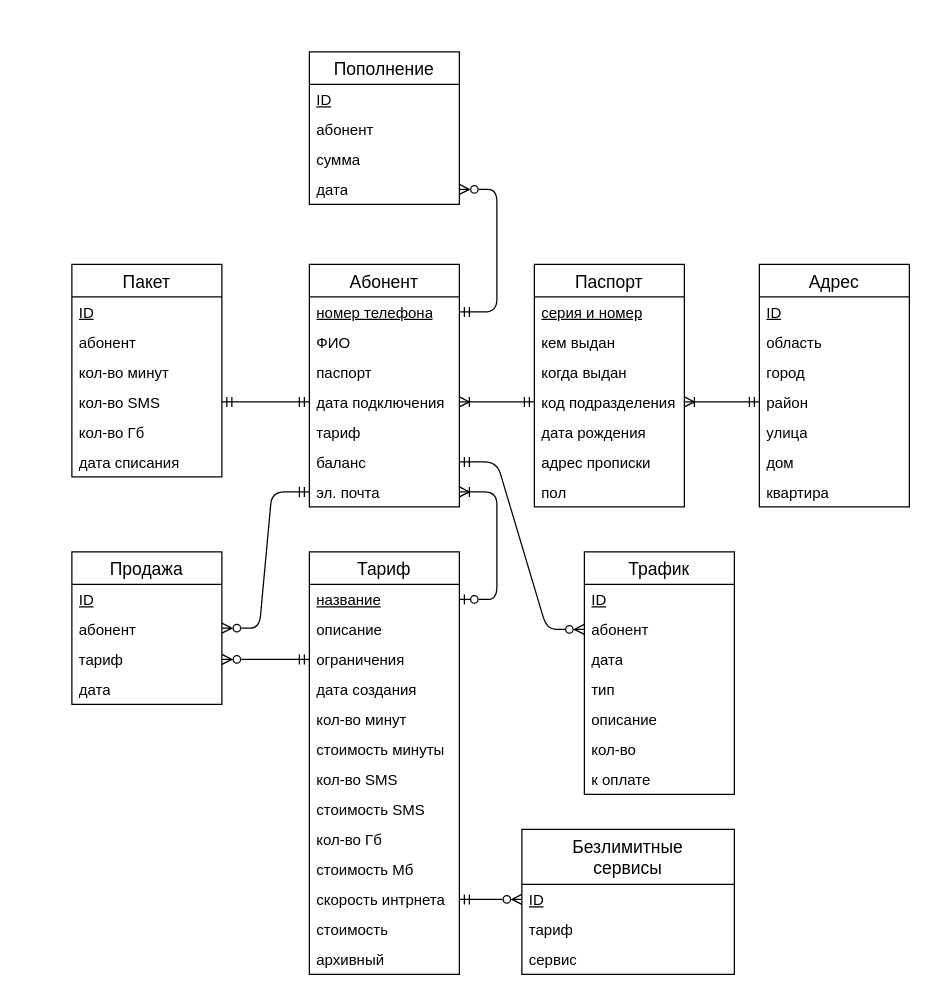
The draw.io diagram infolog.drawio in dmittrj/MobileOperator, before the edit. Source tidied: cells renumbered, new cells numbered last; positions are measured from the earlier drawing's top-left corner, leaving out a move shared by most shapes. Both pictures are drawn from the tidied source at 125%, with x=0, y=0 at pixel (71, 51).
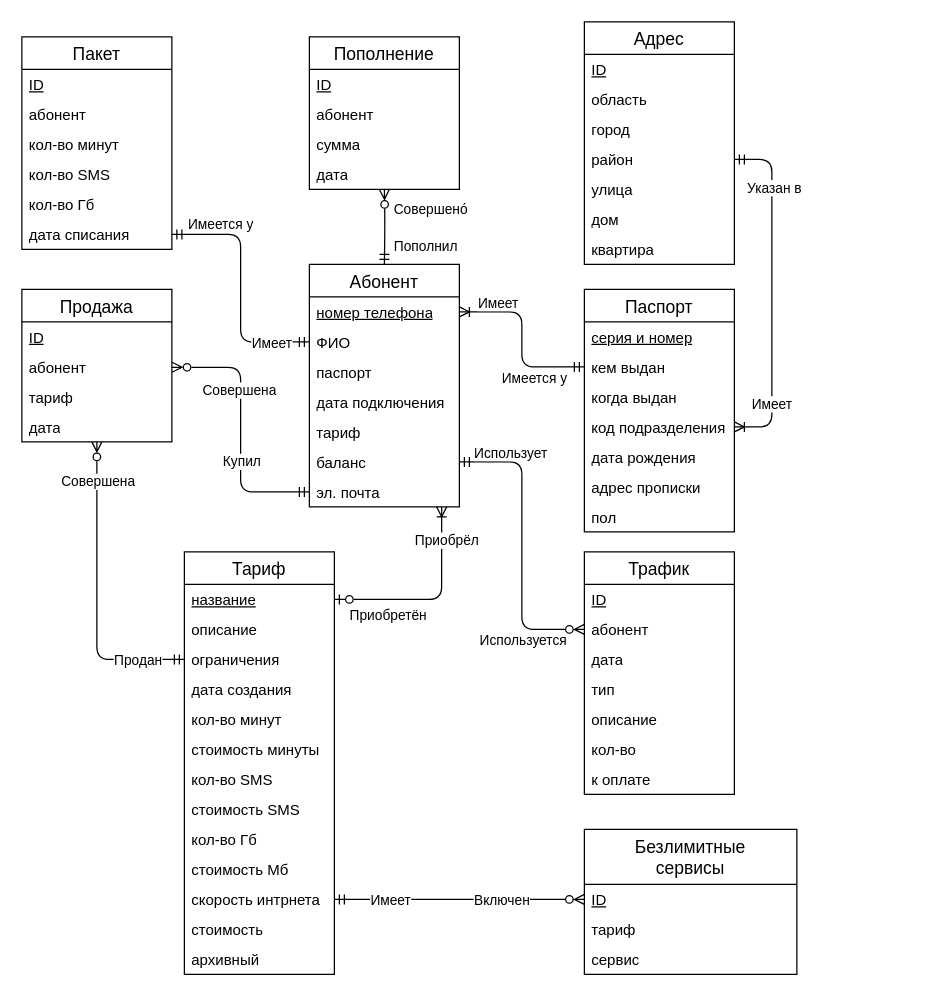
Above is the later version.

The change refers to these unchanged cells:
```xml
<mxCell id="3" value="Абонент" style="swimlane;fontStyle=0;horizontal=1;startSize=26;align=center;fontSize=14;labelBackgroundColor=default;" parent="1" vertex="1">
  <mxGeometry x="190" y="170" width="120" height="194" as="geometry" />
</mxCell>
<mxCell id="4" value="&lt;u&gt;номер телефона&lt;/u&gt;" style="text;strokeColor=none;fillColor=none;spacingLeft=4;spacingTop=-1;spacingBottom=-1;spacingRight=4;overflow=hidden;points=[[0,.5],[1,0.5]];portConstraint=eastwest;fontSize=12;whiteSpace=wrap;html=1;" parent="3" vertex="1">
  <mxGeometry y="26" width="120" height="24" as="geometry" />
</mxCell>
<mxCell id="5" value="ФИО" style="text;strokeColor=none;fillColor=none;spacingLeft=4;spacingTop=-1;spacingBottom=-3;spacingRight=4;overflow=hidden;points=[[0,.5],[1,0.5]];portConstraint=eastwest;fontSize=12;whiteSpace=wrap;html=1;" parent="3" vertex="1">
  <mxGeometry y="50" width="120" height="24" as="geometry" />
</mxCell>
<mxCell id="7" value="дата подключения" style="text;strokeColor=none;fillColor=none;spacingLeft=4;spacingTop=-1;spacingBottom=-1;spacingRight=4;overflow=hidden;points=[[0,.5],[1,0.5]];portConstraint=eastwest;fontSize=12;whiteSpace=wrap;html=1;" parent="3" vertex="1">
  <mxGeometry y="98" width="120" height="24" as="geometry" />
</mxCell>
<mxCell id="9" value="баланс" style="text;strokeColor=none;fillColor=none;spacingLeft=4;spacingTop=-1;spacingBottom=-1;spacingRight=4;overflow=hidden;points=[[0,.5],[1,0.5]];portConstraint=eastwest;fontSize=12;whiteSpace=wrap;html=1;" parent="3" vertex="1">
  <mxGeometry y="146" width="120" height="24" as="geometry" />
</mxCell>
<mxCell id="10" value="эл. почта" style="text;strokeColor=none;fillColor=none;spacingLeft=4;spacingTop=-1;spacingBottom=-1;spacingRight=4;overflow=hidden;points=[[0,.5],[1,0.5]];portConstraint=eastwest;fontSize=12;whiteSpace=wrap;html=1;" parent="3" vertex="1">
  <mxGeometry y="170" width="120" height="24" as="geometry" />
</mxCell>
<mxCell id="11" style="edgeStyle=entityRelationEdgeStyle;rounded=1;jettySize=auto;html=1;startArrow=ERoneToMany;startFill=0;endArrow=ERmandOne;endFill=0;" parent="1" edge="1" source="16" target="24">
  <mxGeometry relative="1" as="geometry" />
</mxCell>
<mxCell id="14" value="кем выдан" style="text;strokeColor=none;fillColor=none;spacingLeft=4;spacingTop=-1;spacingBottom=-3;spacingRight=4;overflow=hidden;points=[[0,.5],[1,0.5]];portConstraint=eastwest;fontSize=12;whiteSpace=wrap;html=1;" parent="12" vertex="1">
  <mxGeometry y="50" width="120" height="24" as="geometry" />
</mxCell>
<mxCell id="16" value="код подразделения" style="text;strokeColor=none;fillColor=none;spacingLeft=4;spacingTop=-1;spacingBottom=-1;spacingRight=4;overflow=hidden;points=[[0,.5],[1,0.5]];portConstraint=eastwest;fontSize=12;whiteSpace=wrap;html=1;" parent="12" vertex="1">
  <mxGeometry y="98" width="120" height="24" as="geometry" />
</mxCell>
<mxCell id="32" value="дата" style="text;strokeColor=none;fillColor=none;spacingLeft=4;spacingTop=-1;spacingBottom=-1;spacingRight=4;overflow=hidden;points=[[0,.5],[1,0.5]];portConstraint=eastwest;fontSize=12;whiteSpace=wrap;html=1;" parent="28" vertex="1">
  <mxGeometry y="98" width="120" height="24" as="geometry" />
</mxCell>
<mxCell id="38" value="кол-во SMS" style="text;strokeColor=none;fillColor=none;spacingLeft=4;spacingTop=-1;spacingBottom=-1;spacingRight=4;overflow=hidden;points=[[0,.5],[1,0.5]];portConstraint=eastwest;fontSize=12;whiteSpace=wrap;html=1;" parent="34" vertex="1">
  <mxGeometry y="98" width="120" height="24" as="geometry" />
</mxCell>
<mxCell id="40" value="дата списания" style="text;strokeColor=none;fillColor=none;spacingLeft=4;spacingTop=-1;spacingBottom=-1;spacingRight=4;overflow=hidden;points=[[0,.5],[1,0.5]];portConstraint=eastwest;fontSize=12;whiteSpace=wrap;html=1;" parent="34" vertex="1">
  <mxGeometry y="146" width="120" height="24" as="geometry" />
</mxCell>
<mxCell id="43" value="&lt;u&gt;название&lt;/u&gt;" style="text;strokeColor=none;fillColor=none;spacingLeft=4;spacingTop=-1;spacingBottom=-1;spacingRight=4;overflow=hidden;points=[[0,.5],[1,0.5]];portConstraint=eastwest;fontSize=12;whiteSpace=wrap;html=1;" parent="42" vertex="1">
  <mxGeometry y="26" width="120" height="24" as="geometry" />
</mxCell>
<mxCell id="45" value="ограничения" style="text;strokeColor=none;fillColor=none;spacingLeft=4;spacingTop=-1;spacingBottom=-1;spacingRight=4;overflow=hidden;points=[[0,.5],[1,0.5]];portConstraint=eastwest;fontSize=12;whiteSpace=wrap;html=1;" parent="42" vertex="1">
  <mxGeometry y="74" width="120" height="24" as="geometry" />
</mxCell>
<mxCell id="60" value="абонент" style="text;strokeColor=none;fillColor=none;spacingLeft=4;spacingTop=-1;spacingBottom=-3;spacingRight=4;overflow=hidden;points=[[0,.5],[1,0.5]];portConstraint=eastwest;fontSize=12;whiteSpace=wrap;html=1;" parent="58" vertex="1">
  <mxGeometry y="50" width="120" height="24" as="geometry" />
</mxCell>
<mxCell id="61" value="тариф" style="text;strokeColor=none;fillColor=none;spacingLeft=4;spacingTop=-1;spacingBottom=-1;spacingRight=4;overflow=hidden;points=[[0,.5],[1,0.5]];portConstraint=eastwest;fontSize=12;whiteSpace=wrap;html=1;" parent="58" vertex="1">
  <mxGeometry y="74" width="120" height="24" as="geometry" />
</mxCell>
<mxCell id="66" value="абонент" style="text;strokeColor=none;fillColor=none;spacingLeft=4;spacingTop=-1;spacingBottom=-3;spacingRight=4;overflow=hidden;points=[[0,.5],[1,0.5]];portConstraint=eastwest;fontSize=12;whiteSpace=wrap;html=1;" parent="64" vertex="1">
  <mxGeometry y="50" width="120" height="24" as="geometry" />
</mxCell>
<mxCell id="77" style="edgeStyle=entityRelationEdgeStyle;rounded=0;jettySize=auto;html=1;startArrow=ERmandOne;startFill=0;endArrow=ERzeroToMany;endFill=0;" parent="1" edge="1" source="53" target="74">
  <mxGeometry relative="1" as="geometry" />
</mxCell>
```

Diff of the diagram source:
```diff
@@
-    <mxCell id="2" style="edgeStyle=entityRelationEdgeStyle;endArrow=ERmandOne;startArrow=ERoneToMany;endFill=0;startFill=0;" parent="1" edge="1" source="7" target="16">
+    <mxCell id="2" style="edgeStyle=orthogonalEdgeStyle;endArrow=ERmandOne;startArrow=ERoneToMany;endFill=0;startFill=0;rounded=1;" parent="1" edge="1" source="4" target="14">
       <mxGeometry relative="1" as="geometry" />
     </mxCell>
+    <mxCell id="78" value="Имеет" style="edgeLabel;html=1;align=center;verticalAlign=middle;" parent="2" vertex="1">
+      <mxGeometry x="-0.63" y="1" relative="1" as="geometry">
+        <mxPoint x="3" y="-7" as="offset" />
+      </mxGeometry>
+    </mxCell>
+    <mxCell id="79" value="Имеется у" style="edgeLabel;html=1;align=center;verticalAlign=middle;" parent="2" vertex="1">
+      <mxGeometry x="0.32" y="2" relative="1" as="geometry">
+        <mxPoint x="8" y="10" as="offset" />
+      </mxGeometry>
+    </mxCell>
@@
+    <mxCell id="80" value="Имеет" style="edgeLabel;html=1;align=center;verticalAlign=middle;" parent="11" vertex="1">
+      <mxGeometry x="-0.64" y="1" relative="1" as="geometry" />
+    </mxCell>
+    <mxCell id="81" value="Указан в" style="edgeLabel;html=1;align=center;verticalAlign=middle;" parent="11" vertex="1">
+      <mxGeometry x="0.62" y="-1" relative="1" as="geometry" />
+    </mxCell>
     <mxCell id="12" value="Паспорт" style="swimlane;fontStyle=0;horizontal=1;startSize=26;align=center;fontSize=14;labelBackgroundColor=default;" parent="1" vertex="1">
-      <mxGeometry x="370" y="170" width="120" height="194" as="geometry" />
+      <mxGeometry x="410" y="190" width="120" height="194" as="geometry" />
     </mxCell>
@@
     <mxCell id="20" value="Адрес" style="swimlane;fontStyle=0;horizontal=1;startSize=26;align=center;fontSize=14;labelBackgroundColor=default;" parent="1" vertex="1">
-      <mxGeometry x="550" y="170" width="120" height="194" as="geometry" />
+      <mxGeometry x="410" y="-24" width="120" height="194" as="geometry" />
     </mxCell>
@@
     <mxCell id="28" value="Пополнение" style="swimlane;fontStyle=0;horizontal=1;startSize=26;align=center;fontSize=14;labelBackgroundColor=default;" parent="1" vertex="1">
-      <mxGeometry x="190" width="120" height="122" as="geometry" />
+      <mxGeometry x="190" y="-12" width="120" height="122" as="geometry" />
     </mxCell>
@@
-    <mxCell id="33" style="edgeStyle=entityRelationEdgeStyle;rounded=1;jettySize=auto;html=1;startArrow=ERzeroToMany;startFill=0;endArrow=ERmandOne;endFill=0;" parent="1" edge="1" source="32" target="4">
-      <mxGeometry relative="1" as="geometry" />
+    <mxCell id="33" style="edgeStyle=orthogonalEdgeStyle;rounded=1;jettySize=auto;html=1;startArrow=ERzeroToMany;startFill=0;endArrow=ERmandOne;endFill=0;curved=1;entryX=0.5;entryY=0;entryDx=0;entryDy=0;" parent="1" edge="1" target="3">
+      <mxGeometry relative="1" as="geometry">
+        <mxPoint x="250" y="110" as="sourcePoint" />
+      </mxGeometry>
     </mxCell>
+    <mxCell id="82" value="Пополнил" style="edgeLabel;html=1;align=center;verticalAlign=middle;" parent="33" vertex="1">
+      <mxGeometry x="-0.41" y="1" relative="1" as="geometry">
+        <mxPoint x="31" y="28" as="offset" />
+      </mxGeometry>
+    </mxCell>
+    <mxCell id="83" value="Совершено́" style="edgeLabel;html=1;align=center;verticalAlign=middle;" parent="33" vertex="1">
+      <mxGeometry x="0.01" relative="1" as="geometry">
+        <mxPoint x="36" y="-15" as="offset" />
+      </mxGeometry>
+    </mxCell>
     <mxCell id="34" value="Пакет" style="swimlane;fontStyle=0;horizontal=1;startSize=26;align=center;fontSize=14;labelBackgroundColor=default;" parent="1" vertex="1">
-      <mxGeometry y="170" width="120" height="170" as="geometry" />
+      <mxGeometry x="-40" y="-12" width="120" height="170" as="geometry" />
     </mxCell>
@@
-    <mxCell id="41" style="edgeStyle=entityRelationEdgeStyle;rounded=0;jettySize=auto;html=1;startArrow=ERmandOne;startFill=0;endArrow=ERmandOne;endFill=0;" parent="1" edge="1" source="38" target="7">
+    <mxCell id="41" style="edgeStyle=orthogonalEdgeStyle;rounded=1;jettySize=auto;html=1;startArrow=ERmandOne;startFill=0;endArrow=ERmandOne;endFill=0;" parent="1" edge="1" source="40" target="5">
       <mxGeometry relative="1" as="geometry" />
     </mxCell>
+    <mxCell id="84" value="Имеет" style="edgeLabel;html=1;align=center;verticalAlign=middle;" parent="41" vertex="1">
+      <mxGeometry x="-0.04" y="1" relative="1" as="geometry">
+        <mxPoint x="23" y="47" as="offset" />
+      </mxGeometry>
+    </mxCell>
+    <mxCell id="85" value="Имеется у" style="edgeLabel;html=1;align=center;verticalAlign=middle;" parent="41" vertex="1">
+      <mxGeometry x="-0.4" y="-1" relative="1" as="geometry">
+        <mxPoint x="-16" y="-13" as="offset" />
+      </mxGeometry>
+    </mxCell>
     <mxCell id="42" value="Тариф" style="swimlane;fontStyle=0;horizontal=1;startSize=26;align=center;fontSize=14;labelBackgroundColor=default;" parent="1" vertex="1">
-      <mxGeometry x="190" y="400" width="120" height="338" as="geometry" />
+      <mxGeometry x="90" y="400" width="120" height="338" as="geometry" />
     </mxCell>
@@
-    <mxCell id="56" style="edgeStyle=entityRelationEdgeStyle;rounded=1;jettySize=auto;html=1;startArrow=ERoneToMany;startFill=0;endArrow=ERzeroToOne;endFill=0;" parent="1" edge="1" source="10" target="43">
+    <mxCell id="56" style="edgeStyle=orthogonalEdgeStyle;rounded=1;jettySize=auto;html=1;startArrow=ERoneToMany;startFill=0;endArrow=ERzeroToOne;endFill=0;exitX=0.882;exitY=1;exitDx=0;exitDy=0;exitPerimeter=0;" parent="1" edge="1" source="10" target="43">
       <mxGeometry relative="1" as="geometry" />
     </mxCell>
+    <mxCell id="86" value="Приобрёл" style="edgeLabel;html=1;align=center;verticalAlign=middle;" parent="56" vertex="1">
+      <mxGeometry x="-0.53" y="-1" relative="1" as="geometry">
+        <mxPoint x="5" y="-11" as="offset" />
+      </mxGeometry>
+    </mxCell>
+    <mxCell id="87" value="Приобретён" style="edgeLabel;html=1;align=center;verticalAlign=middle;" parent="56" vertex="1">
+      <mxGeometry x="0.61" relative="1" as="geometry">
+        <mxPoint x="12" y="12" as="offset" />
+      </mxGeometry>
+    </mxCell>
-    <mxCell id="57" style="edgeStyle=entityRelationEdgeStyle;rounded=1;jettySize=auto;html=1;startArrow=ERzeroToMany;startFill=0;endArrow=ERmandOne;endFill=0;" parent="1" edge="1" source="58" target="10">
+    <mxCell id="57" style="edgeStyle=orthogonalEdgeStyle;rounded=1;jettySize=auto;html=1;startArrow=ERzeroToMany;startFill=0;endArrow=ERmandOne;endFill=0;exitX=1.001;exitY=0.513;exitDx=0;exitDy=0;exitPerimeter=0;" parent="1" edge="1" source="60" target="10">
       <mxGeometry relative="1" as="geometry" />
     </mxCell>
+    <mxCell id="88" value="Купил" style="edgeLabel;html=1;align=center;verticalAlign=middle;" parent="57" vertex="1">
+      <mxGeometry x="0.3" y="1" relative="1" as="geometry">
+        <mxPoint x="-1" y="-6" as="offset" />
+      </mxGeometry>
+    </mxCell>
+    <mxCell id="89" value="Совершена" style="edgeLabel;html=1;align=center;verticalAlign=middle;" parent="57" vertex="1">
+      <mxGeometry x="-0.54" y="2" relative="1" as="geometry">
+        <mxPoint x="5" y="20" as="offset" />
+      </mxGeometry>
+    </mxCell>
     <mxCell id="58" value="Продажа" style="swimlane;fontStyle=0;horizontal=1;startSize=26;align=center;fontSize=14;labelBackgroundColor=default;" parent="1" vertex="1">
-      <mxGeometry y="400" width="120" height="122" as="geometry" />
+      <mxGeometry x="-40" y="190" width="120" height="122" as="geometry" />
     </mxCell>
@@
-    <mxCell id="63" style="edgeStyle=entityRelationEdgeStyle;rounded=0;jettySize=auto;html=1;startArrow=ERzeroToMany;startFill=0;endArrow=ERmandOne;endFill=0;" parent="1" edge="1" source="61" target="45">
+    <mxCell id="63" style="edgeStyle=orthogonalEdgeStyle;rounded=1;jettySize=auto;html=1;startArrow=ERzeroToMany;startFill=0;endArrow=ERmandOne;endFill=0;exitX=0.5;exitY=1;exitDx=0;exitDy=0;" parent="1" edge="1" source="58" target="45">
       <mxGeometry relative="1" as="geometry" />
     </mxCell>
+    <mxCell id="90" value="Продан" style="edgeLabel;html=1;align=center;verticalAlign=middle;" parent="63" vertex="1">
+      <mxGeometry x="-0.01" y="-1" relative="1" as="geometry">
+        <mxPoint x="33" y="53" as="offset" />
+      </mxGeometry>
+    </mxCell>
+    <mxCell id="91" value="Совершена" style="edgeLabel;html=1;align=center;verticalAlign=middle;" parent="63" vertex="1">
+      <mxGeometry x="-0.75" relative="1" as="geometry" />
+    </mxCell>
@@
-    <mxCell id="72" style="edgeStyle=entityRelationEdgeStyle;jettySize=auto;html=1;startArrow=ERmandOne;startFill=0;endArrow=ERzeroToMany;endFill=0;jumpStyle=none;rounded=1;" parent="1" edge="1" source="9" target="66">
+    <mxCell id="72" style="edgeStyle=orthogonalEdgeStyle;jettySize=auto;html=1;startArrow=ERmandOne;startFill=0;endArrow=ERzeroToMany;endFill=0;jumpStyle=none;rounded=1;" parent="1" edge="1" source="9" target="66">
       <mxGeometry relative="1" as="geometry" />
     </mxCell>
+    <mxCell id="92" value="Использует" style="edgeLabel;html=1;align=center;verticalAlign=middle;" parent="72" vertex="1">
+      <mxGeometry x="-0.67" y="-1" relative="1" as="geometry">
+        <mxPoint x="1" y="-9" as="offset" />
+      </mxGeometry>
+    </mxCell>
+    <mxCell id="93" value="Используется" style="edgeLabel;html=1;align=center;verticalAlign=middle;" parent="72" vertex="1">
+      <mxGeometry x="0.53" y="-1" relative="1" as="geometry">
+        <mxPoint x="1" y="13" as="offset" />
+      </mxGeometry>
+    </mxCell>
     <mxCell id="73" value="Безлимитные &#10;сервисы" style="swimlane;fontStyle=0;horizontal=1;startSize=44;align=center;fontSize=14;labelBackgroundColor=default;" parent="1" vertex="1">
-      <mxGeometry x="360" y="622" width="170" height="116" as="geometry" />
+      <mxGeometry x="410" y="622" width="170" height="116" as="geometry" />
     </mxCell>
@@
+    <mxCell id="94" value="Включен" style="edgeLabel;html=1;align=center;verticalAlign=middle;" parent="77" vertex="1">
+      <mxGeometry x="-0.09" y="-1" relative="1" as="geometry">
+        <mxPoint x="42" y="-1" as="offset" />
+      </mxGeometry>
+    </mxCell>
+    <mxCell id="95" value="Имеет" style="edgeLabel;html=1;align=center;verticalAlign=middle;" parent="77" vertex="1">
+      <mxGeometry x="-0.72" y="1" relative="1" as="geometry">
+        <mxPoint x="16" y="1" as="offset" />
+      </mxGeometry>
+    </mxCell>
```
